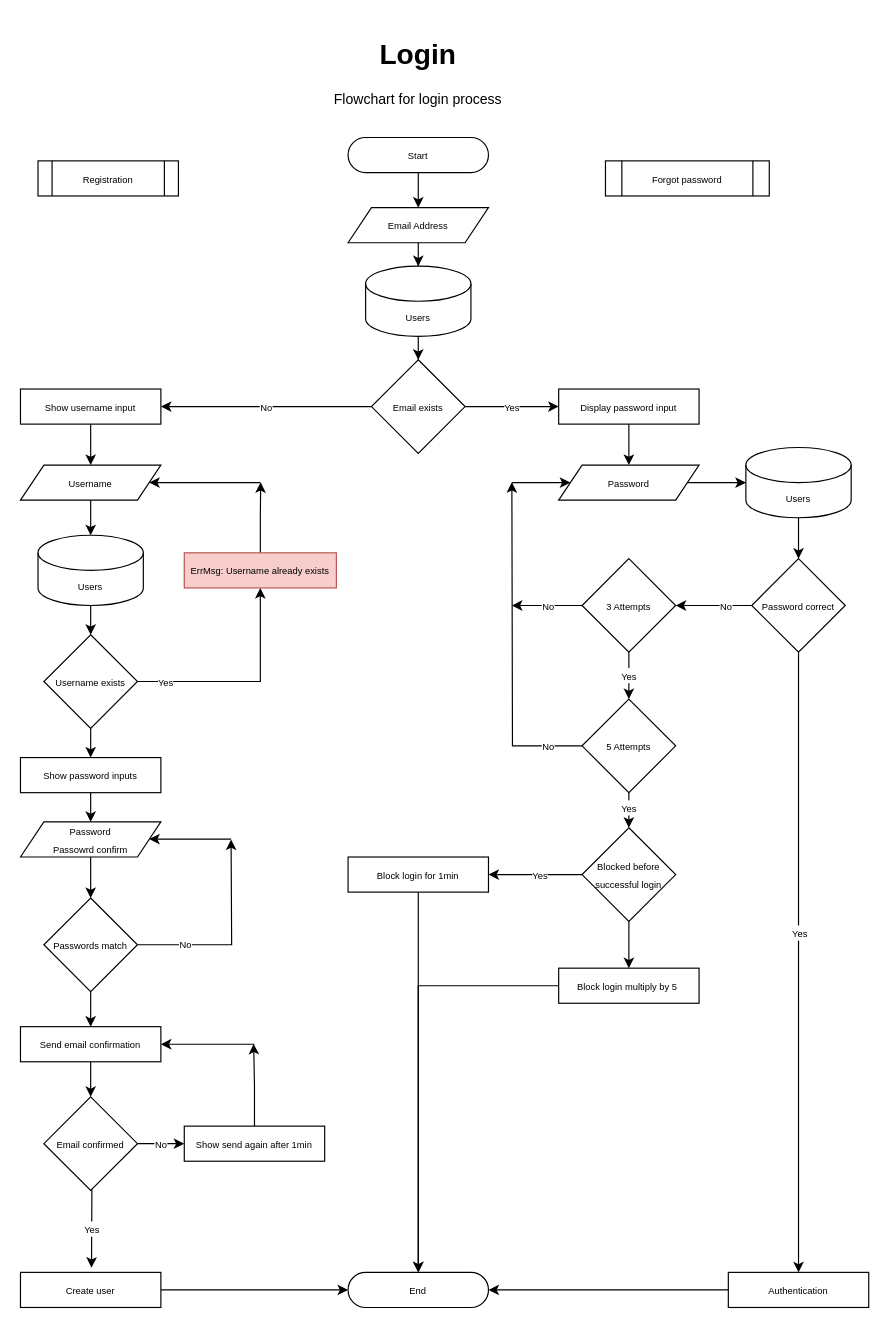
Before: page "Forgot password" (4 of 9) of login.drawio in madeofeffort/flowcharts, a draw.io diagram. Source tidied: cells renumbered, new cells numbered last; positions are measured from the earlier drawing's top-left corner, leaving out a move shared by most shapes. Both pictures are drawn from the tidied source at 117%, with x=0, y=0 at pixel (20, 32).
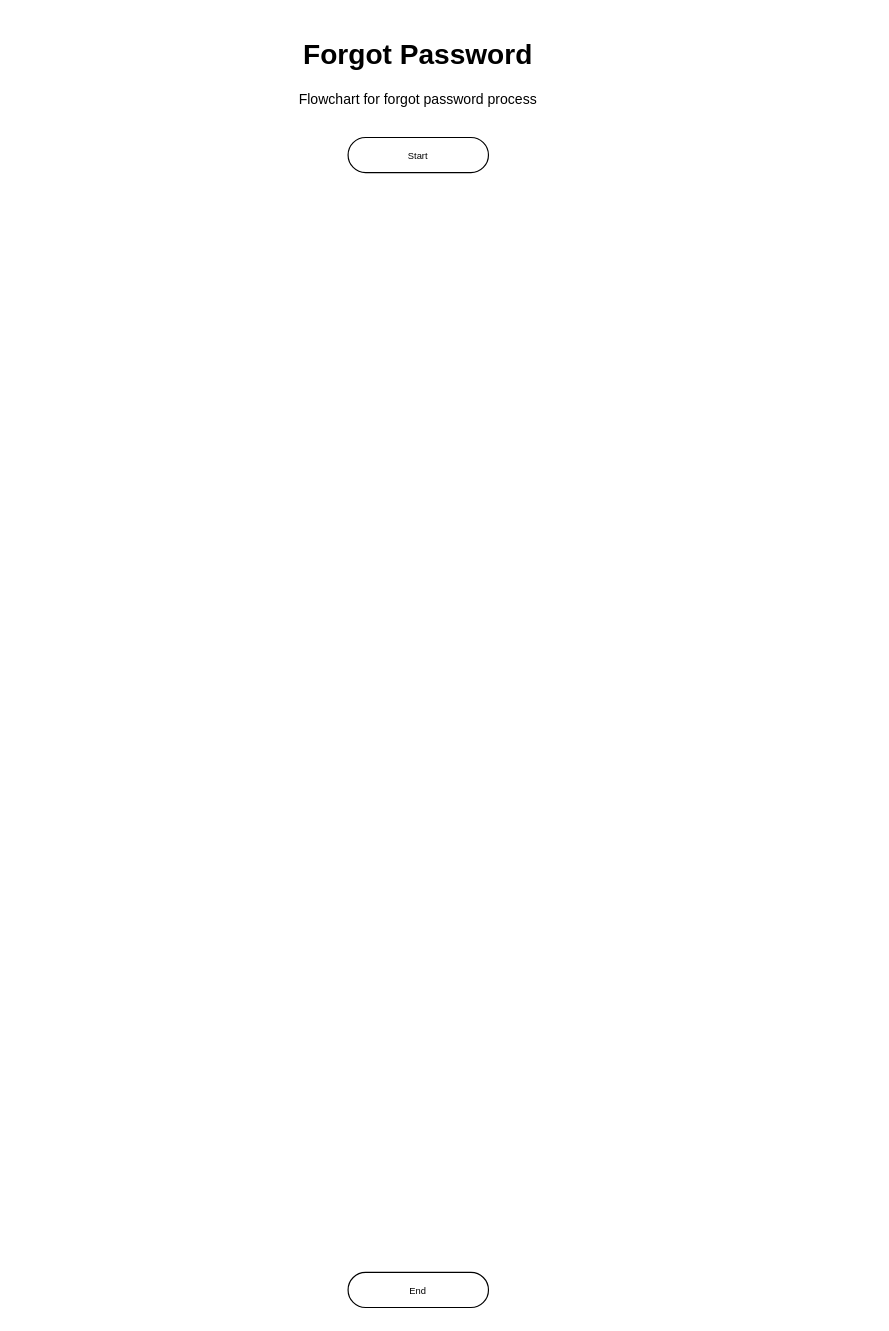
Above is the later version.

The change refers to these unchanged cells:
```xml
<mxCell id="4" value="&lt;p style=&quot;line-height: 100%;&quot;&gt;&lt;font style=&quot;font-size: 8px;&quot;&gt;Start&lt;/font&gt;&lt;/p&gt;" style="rounded=1;whiteSpace=wrap;html=1;arcSize=50;" parent="1" vertex="1">
  <mxGeometry x="280" y="90" width="120" height="30" as="geometry" />
</mxCell>
<mxCell id="30" value="&lt;p style=&quot;line-height: 100%;&quot;&gt;&lt;font style=&quot;font-size: 8px;&quot;&gt;End&lt;/font&gt;&lt;/p&gt;" style="rounded=1;whiteSpace=wrap;html=1;arcSize=50;" parent="1" vertex="1">
  <mxGeometry x="280" y="1060" width="120" height="30" as="geometry" />
</mxCell>
```

Diff of the diagram source:
```diff
@@
-    <mxCell id="2" value="&lt;h1&gt;Login&lt;/h1&gt;&lt;p&gt;Flowchart for login process&lt;/p&gt;" style="text;html=1;strokeColor=none;fillColor=none;spacing=5;spacingTop=-20;whiteSpace=wrap;overflow=hidden;rounded=0;align=center;" parent="1" vertex="1">
+    <mxCell id="2" value="&lt;h1&gt;Forgot Password&lt;/h1&gt;&lt;p&gt;Flowchart for forgot password process&lt;/p&gt;" style="text;html=1;strokeColor=none;fillColor=none;spacing=5;spacingTop=-20;whiteSpace=wrap;overflow=hidden;rounded=0;align=center;" parent="1" vertex="1">
       <mxGeometry x="205" width="270" height="70" as="geometry" />
     </mxCell>
-    <mxCell id="3" style="edgeStyle=orthogonalEdgeStyle;rounded=0;jettySize=auto;html=1;" parent="1" edge="1" source="4" target="5">
-      <mxGeometry relative="1" as="geometry" />
-    </mxCell>
@@
-    <mxCell id="5" value="&lt;font style=&quot;font-size: 8px;&quot;&gt;Email Address&lt;/font&gt;" style="shape=parallelogram;perimeter=parallelogramPerimeter;whiteSpace=wrap;html=1;fixedSize=1;" parent="1" vertex="1">
-      <mxGeometry x="280" y="150" width="120" height="30" as="geometry" />
-    </mxCell>
-    <mxCell id="6" value="&lt;font style=&quot;font-size: 8px;&quot;&gt;No&lt;/font&gt;" style="edgeStyle=orthogonalEdgeStyle;rounded=0;jettySize=auto;html=1;exitX=0;exitY=0.5;exitDx=0;exitDy=0;entryX=1;entryY=0.5;entryDx=0;entryDy=0;" parent="1" edge="1" source="8" target="12">
-      <mxGeometry relative="1" as="geometry" />
-    </mxCell>
-    <mxCell id="7" value="&lt;font style=&quot;font-size: 8px;&quot;&gt;Yes&lt;/font&gt;" style="edgeStyle=orthogonalEdgeStyle;rounded=0;jettySize=auto;html=1;exitX=1;exitY=0.5;exitDx=0;exitDy=0;entryX=0;entryY=0.5;entryDx=0;entryDy=0;" parent="1" edge="1" source="8" target="10">
-      <mxGeometry relative="1" as="geometry" />
-    </mxCell>
-    <mxCell id="8" value="&lt;font style=&quot;font-size: 8px;&quot;&gt;Email exists&lt;/font&gt;" style="rhombus;whiteSpace=wrap;html=1;" parent="1" vertex="1">
-      <mxGeometry x="300" y="280" width="80" height="80" as="geometry" />
-    </mxCell>
-    <mxCell id="9" style="edgeStyle=orthogonalEdgeStyle;rounded=0;jettySize=auto;html=1;entryX=0.5;entryY=0;entryDx=0;entryDy=0;" parent="1" edge="1" source="10" target="16">
-      <mxGeometry relative="1" as="geometry" />
-    </mxCell>
-    <mxCell id="10" value="&lt;font style=&quot;font-size: 8px;&quot;&gt;Display password input&lt;/font&gt;" style="rounded=0;whiteSpace=wrap;html=1;" parent="1" vertex="1">
-      <mxGeometry x="460" y="305" width="120" height="30" as="geometry" />
-    </mxCell>
-    <mxCell id="11" style="edgeStyle=orthogonalEdgeStyle;rounded=0;jettySize=auto;html=1;entryX=0.5;entryY=0;entryDx=0;entryDy=0;" parent="1" edge="1" source="12" target="45">
-      <mxGeometry relative="1" as="geometry" />
-    </mxCell>
-    <mxCell id="12" value="&lt;font style=&quot;font-size: 8px;&quot;&gt;Show username input&lt;br&gt;&lt;/font&gt;" style="rounded=0;whiteSpace=wrap;html=1;" parent="1" vertex="1">
-      <mxGeometry y="305" width="120" height="30" as="geometry" />
-    </mxCell>
-    <mxCell id="13" style="edgeStyle=orthogonalEdgeStyle;rounded=0;jettySize=auto;html=1;entryX=0.5;entryY=0;entryDx=0;entryDy=0;" parent="1" edge="1" source="14" target="8">
-      <mxGeometry relative="1" as="geometry" />
-    </mxCell>
-    <mxCell id="14" value="&lt;font style=&quot;font-size: 8px;&quot;&gt;Users&lt;/font&gt;" style="shape=cylinder3;whiteSpace=wrap;html=1;boundedLbl=1;backgroundOutline=1;size=15;" parent="1" vertex="1">
-      <mxGeometry x="295" y="200" width="90" height="60" as="geometry" />
-    </mxCell>
-    <mxCell id="15" style="edgeStyle=orthogonalEdgeStyle;rounded=0;jettySize=auto;html=1;entryX=0.5;entryY=0;entryDx=0;entryDy=0;entryPerimeter=0;" parent="1" edge="1" source="5" target="14">
-      <mxGeometry relative="1" as="geometry" />
-    </mxCell>
-    <mxCell id="16" value="&lt;font style=&quot;font-size: 8px;&quot;&gt;Password&lt;/font&gt;" style="shape=parallelogram;perimeter=parallelogramPerimeter;whiteSpace=wrap;html=1;fixedSize=1;" parent="1" vertex="1">
-      <mxGeometry x="460" y="370" width="120" height="30" as="geometry" />
-    </mxCell>
-    <mxCell id="17" style="edgeStyle=orthogonalEdgeStyle;rounded=0;jettySize=auto;html=1;entryX=0.5;entryY=0;entryDx=0;entryDy=0;" parent="1" edge="1" source="18" target="26">
-      <mxGeometry relative="1" as="geometry" />
-    </mxCell>
-    <mxCell id="18" value="&lt;font style=&quot;font-size: 8px;&quot;&gt;Users&lt;/font&gt;" style="shape=cylinder3;whiteSpace=wrap;html=1;boundedLbl=1;backgroundOutline=1;size=15;" parent="1" vertex="1">
-      <mxGeometry x="620" y="355" width="90" height="60" as="geometry" />
-    </mxCell>
-    <mxCell id="19" style="edgeStyle=orthogonalEdgeStyle;rounded=0;jettySize=auto;html=1;entryX=0;entryY=0.5;entryDx=0;entryDy=0;entryPerimeter=0;" parent="1" edge="1" source="16" target="18">
-      <mxGeometry relative="1" as="geometry" />
-    </mxCell>
-    <mxCell id="20" style="edgeStyle=orthogonalEdgeStyle;rounded=0;jettySize=auto;html=1;entryX=1;entryY=0.5;entryDx=0;entryDy=0;" parent="1" edge="1" source="21" target="30">
-      <mxGeometry relative="1" as="geometry" />
-    </mxCell>
-    <mxCell id="21" value="&lt;font style=&quot;font-size: 8px;&quot;&gt;Authentication&lt;/font&gt;" style="rounded=0;whiteSpace=wrap;html=1;" parent="1" vertex="1">
-      <mxGeometry x="605" y="1060" width="120" height="30" as="geometry" />
-    </mxCell>
-    <mxCell id="22" style="edgeStyle=orthogonalEdgeStyle;rounded=0;jettySize=auto;html=1;entryX=0.5;entryY=0;entryDx=0;entryDy=0;" parent="1" edge="1" source="26" target="21">
-      <mxGeometry relative="1" as="geometry" />
-    </mxCell>
-    <mxCell id="23" value="&lt;font style=&quot;font-size: 8px;&quot;&gt;Yes&lt;/font&gt;" style="edgeLabel;html=1;align=center;verticalAlign=middle;" parent="22" vertex="1">
-      <mxGeometry x="-0.1" relative="1" as="geometry" />
-    </mxCell>
-    <mxCell id="24" style="edgeStyle=orthogonalEdgeStyle;rounded=0;jettySize=auto;html=1;entryX=1;entryY=0.5;entryDx=0;entryDy=0;" parent="1" edge="1" source="26" target="29">
-      <mxGeometry relative="1" as="geometry" />
-    </mxCell>
-    <mxCell id="25" value="&lt;font style=&quot;font-size: 8px;&quot;&gt;No&lt;/font&gt;" style="edgeLabel;html=1;align=center;verticalAlign=middle;" parent="24" vertex="1">
-      <mxGeometry x="-0.29" y="-1" relative="1" as="geometry" />
-    </mxCell>
-    <mxCell id="26" value="&lt;font style=&quot;font-size: 8px;&quot;&gt;Password correct&lt;/font&gt;" style="rhombus;whiteSpace=wrap;html=1;" parent="1" vertex="1">
-      <mxGeometry x="625" y="450" width="80" height="80" as="geometry" />
-    </mxCell>
-    <mxCell id="27" value="&lt;font style=&quot;font-size: 8px;&quot;&gt;Yes&lt;/font&gt;" style="edgeStyle=orthogonalEdgeStyle;rounded=0;jettySize=auto;html=1;entryX=0.5;entryY=0;entryDx=0;entryDy=0;" parent="1" edge="1" source="29" target="37">
-      <mxGeometry relative="1" as="geometry" />
-    </mxCell>
-    <mxCell id="28" value="&lt;font style=&quot;font-size: 8px;&quot;&gt;No&lt;/font&gt;" style="edgeStyle=orthogonalEdgeStyle;rounded=0;orthogonalLoop=1;jettySize=auto;html=1;" parent="1" edge="1">
-      <mxGeometry x="-0.03" relative="1" as="geometry">
-        <mxPoint x="480" y="490" as="sourcePoint" />
-        <mxPoint x="420" y="490" as="targetPoint" />
-      </mxGeometry>
-    </mxCell>
-    <mxCell id="29" value="&lt;font style=&quot;font-size: 8px;&quot;&gt;3 Attempts&lt;/font&gt;" style="rhombus;whiteSpace=wrap;html=1;" parent="1" vertex="1">
-      <mxGeometry x="480" y="450" width="80" height="80" as="geometry" />
-    </mxCell>
@@
-    <mxCell id="31" style="edgeStyle=orthogonalEdgeStyle;rounded=0;jettySize=auto;html=1;entryX=0.5;entryY=0;entryDx=0;entryDy=0;" parent="1" edge="1" source="32" target="30">
-      <mxGeometry relative="1" as="geometry" />
-    </mxCell>
-    <mxCell id="32" value="&lt;font style=&quot;font-size: 8px;&quot;&gt;Block login for 1min&lt;/font&gt;" style="rounded=0;whiteSpace=wrap;html=1;" parent="1" vertex="1">
-      <mxGeometry x="280" y="705" width="120" height="30" as="geometry" />
-    </mxCell>
-    <mxCell id="33" style="edgeStyle=orthogonalEdgeStyle;rounded=0;jettySize=auto;html=1;entryX=0.5;entryY=0;entryDx=0;entryDy=0;" parent="1" edge="1" source="37" target="41">
-      <mxGeometry relative="1" as="geometry" />
-    </mxCell>
-    <mxCell id="34" value="&lt;font style=&quot;font-size: 8px;&quot;&gt;Yes&lt;/font&gt;" style="edgeLabel;html=1;align=center;verticalAlign=middle;" parent="33" vertex="1">
-      <mxGeometry x="0.28" y="-1" relative="1" as="geometry" />
-    </mxCell>
-    <mxCell id="35" style="edgeStyle=orthogonalEdgeStyle;rounded=0;jettySize=auto;html=1;" parent="1" edge="1" source="37">
-      <mxGeometry relative="1" as="geometry">
-        <mxPoint x="420" y="384.7" as="targetPoint" />
-      </mxGeometry>
-    </mxCell>
-    <mxCell id="36" value="&lt;font style=&quot;font-size: 8px;&quot;&gt;No&lt;/font&gt;" style="edgeLabel;html=1;align=center;verticalAlign=middle;" parent="35" vertex="1">
-      <mxGeometry x="-0.82" y="1" relative="1" as="geometry">
-        <mxPoint x="-4" y="-2" as="offset" />
-      </mxGeometry>
-    </mxCell>
-    <mxCell id="37" value="&lt;font style=&quot;font-size: 8px;&quot;&gt;5 Attempts&lt;/font&gt;" style="rhombus;whiteSpace=wrap;html=1;" parent="1" vertex="1">
-      <mxGeometry x="480" y="570" width="80" height="80" as="geometry" />
-    </mxCell>
-    <mxCell id="38" style="edgeStyle=orthogonalEdgeStyle;rounded=0;jettySize=auto;html=1;entryX=1;entryY=0.5;entryDx=0;entryDy=0;" parent="1" edge="1" source="41" target="32">
-      <mxGeometry relative="1" as="geometry" />
-    </mxCell>
-    <mxCell id="39" value="&lt;font style=&quot;font-size: 8px;&quot;&gt;Yes&lt;/font&gt;" style="edgeLabel;html=1;align=center;verticalAlign=middle;" parent="38" vertex="1">
-      <mxGeometry x="-0.08" y="-1" relative="1" as="geometry" />
-    </mxCell>
-    <mxCell id="40" style="edgeStyle=orthogonalEdgeStyle;rounded=0;jettySize=auto;html=1;entryX=0.5;entryY=0;entryDx=0;entryDy=0;" parent="1" edge="1" source="41" target="43">
-      <mxGeometry relative="1" as="geometry" />
-    </mxCell>
-    <mxCell id="41" value="&lt;font style=&quot;font-size: 8px;&quot;&gt;Blocked before successful login&lt;/font&gt;" style="rhombus;whiteSpace=wrap;html=1;" parent="1" vertex="1">
-      <mxGeometry x="480" y="680" width="80" height="80" as="geometry" />
-    </mxCell>
-    <mxCell id="42" style="edgeStyle=orthogonalEdgeStyle;rounded=0;jettySize=auto;html=1;entryX=0.5;entryY=0;entryDx=0;entryDy=0;" parent="1" edge="1" source="43" target="30">
-      <mxGeometry relative="1" as="geometry" />
-    </mxCell>
-    <mxCell id="43" value="&lt;font style=&quot;font-size: 8px;&quot;&gt;Block login multiply by 5&amp;nbsp;&lt;/font&gt;" style="rounded=0;whiteSpace=wrap;html=1;" parent="1" vertex="1">
-      <mxGeometry x="460" y="800" width="120" height="30" as="geometry" />
-    </mxCell>
-    <mxCell id="44" style="endArrow=classic;html=1;rounded=0;entryX=0;entryY=0.5;entryDx=0;entryDy=0;" parent="1" edge="1" target="16">
-      <mxGeometry relative="1" as="geometry">
-        <mxPoint x="420" y="385" as="sourcePoint" />
-      </mxGeometry>
-    </mxCell>
-    <mxCell id="45" value="&lt;font style=&quot;font-size: 8px;&quot;&gt;Username&lt;/font&gt;" style="shape=parallelogram;perimeter=parallelogramPerimeter;whiteSpace=wrap;html=1;fixedSize=1;" parent="1" vertex="1">
-      <mxGeometry y="370" width="120" height="30" as="geometry" />
-    </mxCell>
-    <mxCell id="46" style="edgeStyle=orthogonalEdgeStyle;rounded=0;jettySize=auto;html=1;entryX=0.5;entryY=1;entryDx=0;entryDy=0;" parent="1" edge="1" source="49" target="74">
-      <mxGeometry relative="1" as="geometry" />
-    </mxCell>
-    <mxCell id="47" value="&lt;font style=&quot;font-size: 8px;&quot;&gt;Yes&lt;/font&gt;" style="edgeLabel;html=1;align=center;verticalAlign=middle;" parent="46" vertex="1">
-      <mxGeometry x="-0.75" y="1" relative="1" as="geometry" />
-    </mxCell>
-    <mxCell id="48" style="edgeStyle=orthogonalEdgeStyle;rounded=0;jettySize=auto;html=1;entryX=0.5;entryY=0;entryDx=0;entryDy=0;" parent="1" edge="1" source="49" target="55">
-      <mxGeometry relative="1" as="geometry" />
-    </mxCell>
-    <mxCell id="49" value="&lt;font style=&quot;font-size: 8px;&quot;&gt;Username exists&lt;/font&gt;" style="rhombus;whiteSpace=wrap;html=1;" parent="1" vertex="1">
-      <mxGeometry x="20" y="515" width="80" height="80" as="geometry" />
-    </mxCell>
-    <mxCell id="50" style="edgeStyle=orthogonalEdgeStyle;rounded=0;jettySize=auto;html=1;entryX=0.5;entryY=0;entryDx=0;entryDy=0;" parent="1" edge="1" source="51" target="49">
-      <mxGeometry relative="1" as="geometry" />
-    </mxCell>
-    <mxCell id="51" value="&lt;font style=&quot;font-size: 8px;&quot;&gt;Users&lt;/font&gt;" style="shape=cylinder3;whiteSpace=wrap;html=1;boundedLbl=1;backgroundOutline=1;size=15;" parent="1" vertex="1">
-      <mxGeometry x="15" y="430" width="90" height="60" as="geometry" />
-    </mxCell>
-    <mxCell id="52" style="edgeStyle=orthogonalEdgeStyle;rounded=0;jettySize=auto;html=1;entryX=0.5;entryY=0;entryDx=0;entryDy=0;entryPerimeter=0;" parent="1" edge="1" source="45" target="51">
-      <mxGeometry relative="1" as="geometry" />
-    </mxCell>
-    <mxCell id="53" style="endArrow=classic;html=1;rounded=0;entryX=1;entryY=0.5;entryDx=0;entryDy=0;" parent="1" edge="1" target="45">
-      <mxGeometry relative="1" as="geometry">
-        <mxPoint x="205" y="385" as="sourcePoint" />
-      </mxGeometry>
-    </mxCell>
-    <mxCell id="54" style="edgeStyle=orthogonalEdgeStyle;rounded=0;jettySize=auto;html=1;entryX=0.5;entryY=0;entryDx=0;entryDy=0;" parent="1" edge="1" source="55" target="57">
-      <mxGeometry relative="1" as="geometry" />
-    </mxCell>
-    <mxCell id="55" value="&lt;font style=&quot;font-size: 8px;&quot;&gt;Show password inputs&lt;br&gt;&lt;/font&gt;" style="rounded=0;whiteSpace=wrap;html=1;" parent="1" vertex="1">
-      <mxGeometry y="620" width="120" height="30" as="geometry" />
-    </mxCell>
-    <mxCell id="56" style="edgeStyle=orthogonalEdgeStyle;rounded=0;jettySize=auto;html=1;entryX=0.5;entryY=0;entryDx=0;entryDy=0;" parent="1" edge="1" source="57" target="61">
-      <mxGeometry relative="1" as="geometry" />
-    </mxCell>
-    <mxCell id="57" value="&lt;font style=&quot;font-size: 8px;&quot;&gt;Password&lt;br&gt;Passowrd confirm&lt;br&gt;&lt;/font&gt;" style="shape=parallelogram;perimeter=parallelogramPerimeter;whiteSpace=wrap;html=1;fixedSize=1;" parent="1" vertex="1">
-      <mxGeometry y="675" width="120" height="30" as="geometry" />
-    </mxCell>
-    <mxCell id="58" style="edgeStyle=orthogonalEdgeStyle;rounded=0;jettySize=auto;html=1;" parent="1" edge="1" source="61">
-      <mxGeometry relative="1" as="geometry">
-        <mxPoint x="180" y="690" as="targetPoint" />
-      </mxGeometry>
-    </mxCell>
-    <mxCell id="59" value="&lt;font style=&quot;font-size: 8px;&quot;&gt;No&lt;/font&gt;" style="edgeLabel;html=1;align=center;verticalAlign=middle;" parent="58" vertex="1">
-      <mxGeometry x="-0.53" y="2" relative="1" as="geometry" />
-    </mxCell>
-    <mxCell id="60" style="edgeStyle=orthogonalEdgeStyle;rounded=0;jettySize=auto;html=1;entryX=0.5;entryY=0;entryDx=0;entryDy=0;" parent="1" edge="1" source="61" target="64">
-      <mxGeometry relative="1" as="geometry" />
-    </mxCell>
-    <mxCell id="61" value="&lt;font style=&quot;font-size: 8px;&quot;&gt;Passwords match&lt;/font&gt;" style="rhombus;whiteSpace=wrap;html=1;" parent="1" vertex="1">
-      <mxGeometry x="20" y="740" width="80" height="80" as="geometry" />
-    </mxCell>
-    <mxCell id="62" style="endArrow=classic;html=1;rounded=0;entryX=1;entryY=0.5;entryDx=0;entryDy=0;" parent="1" edge="1">
-      <mxGeometry relative="1" as="geometry">
-        <mxPoint x="180" y="689.7" as="sourcePoint" />
-        <mxPoint x="110" y="689.7" as="targetPoint" />
-      </mxGeometry>
-    </mxCell>
-    <mxCell id="63" style="edgeStyle=orthogonalEdgeStyle;rounded=0;jettySize=auto;html=1;entryX=0.5;entryY=0;entryDx=0;entryDy=0;" parent="1" edge="1" source="64" target="66">
-      <mxGeometry relative="1" as="geometry" />
-    </mxCell>
-    <mxCell id="64" value="&lt;font style=&quot;font-size: 8px;&quot;&gt;Send email confirmation&lt;br&gt;&lt;/font&gt;" style="rounded=0;whiteSpace=wrap;html=1;" parent="1" vertex="1">
-      <mxGeometry y="850" width="120" height="30" as="geometry" />
-    </mxCell>
-    <mxCell id="65" value="&lt;font style=&quot;font-size: 8px;&quot;&gt;No&lt;/font&gt;" style="edgeStyle=orthogonalEdgeStyle;rounded=0;jettySize=auto;html=1;entryX=0;entryY=0.5;entryDx=0;entryDy=0;" parent="1" edge="1" source="66" target="70">
-      <mxGeometry relative="1" as="geometry" />
-    </mxCell>
-    <mxCell id="66" value="&lt;span style=&quot;font-size: 8px;&quot;&gt;Email confirmed&lt;/span&gt;" style="rhombus;whiteSpace=wrap;html=1;" parent="1" vertex="1">
-      <mxGeometry x="20" y="910" width="80" height="80" as="geometry" />
-    </mxCell>
-    <mxCell id="67" style="edgeStyle=orthogonalEdgeStyle;rounded=0;jettySize=auto;html=1;" parent="1" edge="1" source="68" target="30">
-      <mxGeometry relative="1" as="geometry" />
-    </mxCell>
-    <mxCell id="68" value="&lt;font style=&quot;font-size: 8px;&quot;&gt;Create user&lt;br&gt;&lt;/font&gt;" style="rounded=0;whiteSpace=wrap;html=1;" parent="1" vertex="1">
-      <mxGeometry y="1060" width="120" height="30" as="geometry" />
-    </mxCell>
-    <mxCell id="69" style="edgeStyle=orthogonalEdgeStyle;rounded=0;jettySize=auto;html=1;" parent="1" edge="1" source="70">
-      <mxGeometry relative="1" as="geometry">
-        <mxPoint x="199.3" y="864.7" as="targetPoint" />
-      </mxGeometry>
-    </mxCell>
-    <mxCell id="70" value="&lt;font style=&quot;font-size: 8px;&quot;&gt;Show send again after 1min&lt;br&gt;&lt;/font&gt;" style="rounded=0;whiteSpace=wrap;html=1;" parent="1" vertex="1">
-      <mxGeometry x="140" y="935" width="120" height="30" as="geometry" />
-    </mxCell>
-    <mxCell id="71" value="&lt;font style=&quot;font-size: 8px;&quot;&gt;Yes&lt;/font&gt;" style="edgeStyle=orthogonalEdgeStyle;rounded=0;jettySize=auto;html=1;entryX=0.506;entryY=-0.133;entryDx=0;entryDy=0;entryPerimeter=0;" parent="1" edge="1" source="66" target="68">
-      <mxGeometry relative="1" as="geometry">
-        <Array as="points">
-          <mxPoint x="61" y="1000" />
-          <mxPoint x="61" y="1000" />
-        </Array>
-      </mxGeometry>
-    </mxCell>
-    <mxCell id="72" style="endArrow=classic;html=1;rounded=0;entryX=1;entryY=0.5;entryDx=0;entryDy=0;" parent="1" edge="1" target="64">
-      <mxGeometry relative="1" as="geometry">
-        <mxPoint x="200" y="865" as="sourcePoint" />
-      </mxGeometry>
-    </mxCell>
-    <mxCell id="73" style="edgeStyle=orthogonalEdgeStyle;rounded=0;jettySize=auto;html=1;" parent="1" edge="1" source="74">
-      <mxGeometry relative="1" as="geometry">
-        <mxPoint x="205.3" y="384.7" as="targetPoint" />
-      </mxGeometry>
-    </mxCell>
-    <mxCell id="74" value="&lt;font style=&quot;font-size: 8px;&quot;&gt;ErrMsg: Username already exists&lt;br&gt;&lt;/font&gt;" style="rounded=0;whiteSpace=wrap;html=1;fillColor=#f8cecc;strokeColor=#b85450;" parent="1" vertex="1">
-      <mxGeometry x="140" y="445" width="130" height="30" as="geometry" />
-    </mxCell>
-    <mxCell id="75" value="&lt;font style=&quot;font-size: 8px;&quot;&gt;Registration&lt;/font&gt;" style="shape=process;whiteSpace=wrap;html=1;backgroundOutline=1;" parent="1" vertex="1">
-      <mxGeometry x="15" y="110" width="120" height="30" as="geometry" />
-    </mxCell>
-    <mxCell id="76" value="&lt;font style=&quot;font-size: 8px;&quot;&gt;Forgot password&lt;/font&gt;" style="shape=process;whiteSpace=wrap;html=1;backgroundOutline=1;" parent="1" vertex="1">
-      <mxGeometry x="500" y="110" width="140" height="30" as="geometry" />
-    </mxCell>
```
